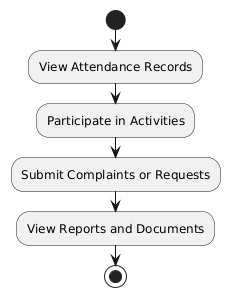
The PlantUML diagram Diagrams/Activity Diagram/Activity Diagram 4.png in krisaldamihali/DOS-MS, before a commit.
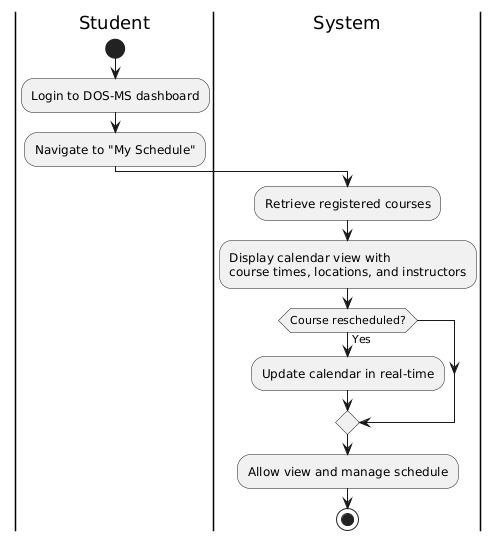
After the commit.

Diff of the diagram source:
```diff
@@ -1,9 +1,18 @@
 @startuml
 |Student|
 start
-:View Attendance Records;
-:Participate in Activities;
-:Submit Complaints or Requests;
-:View Reports and Documents;
+:Login to DOS-MS dashboard;
+:Navigate to "My Schedule";
+
+|System|
+:Retrieve registered courses;
+:Display calendar view with
+course times, locations, and instructors;
+
+if (Course rescheduled?) then (Yes)
+  :Update calendar in real-time;
+endif
+
+:Allow view and manage schedule;
 stop
 @enduml
```
